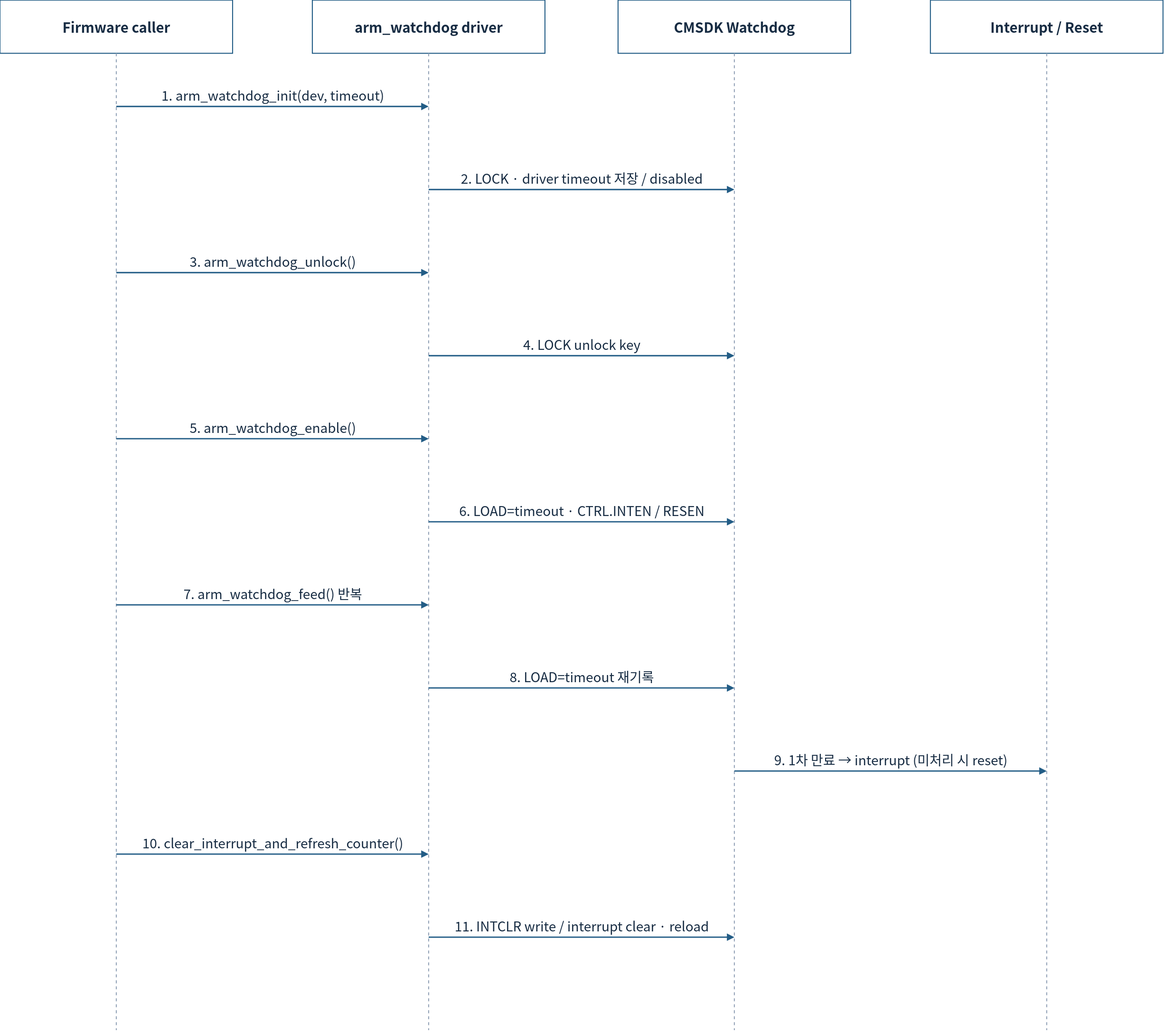
cometzero/project-apollo keeps this draw.io diagram as doc/phase1/watchdog/diagrams/10d-tfm-sequence.drawio.svg. Above is the earlier version. Source tidied: cells renumbered, new cells last; positions are measured from the earlier drawing's top-left corner, leaving out a move shared by most shapes.
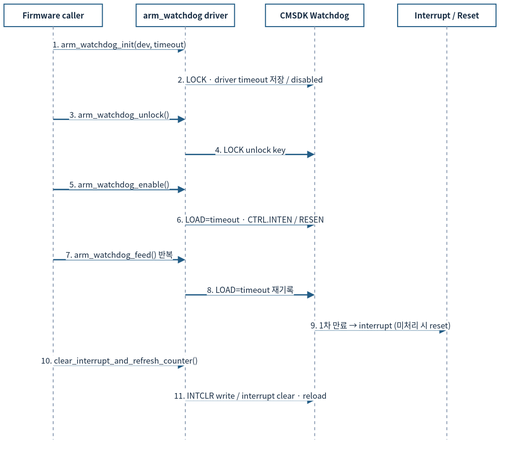
The same file after the commit.

Change to the diagram source:
```diff
@@ -2,117 +2,117 @@
   <root>
     <mxCell id="0" />
     <mxCell id="1" parent="0" />
-    <mxCell id="2" value="Firmware caller" style="rounded=0;whiteSpace=wrap;html=1;fillColor=#FFFFFF;strokeColor=#235D86;strokeWidth=1.5;fontColor=#172C43;fontFamily=Noto Sans CJK KR;fontSize=22;spacing=10;fontStyle=1;fontSize=21;" parent="1" vertex="1">
-      <mxGeometry width="350" height="80" as="geometry" />
+    <mxCell id="2" value="Firmware caller" style="rounded=0;whiteSpace=wrap;html=1;fillColor=#FFFFFF;strokeColor=#235D86;strokeWidth=1.5;fontColor=#172C43;fontFamily=Noto Sans CJK KR;fontStyle=1;fontSize=12;spacing=3;whiteSpace=wrap;" parent="1" vertex="1">
+      <mxGeometry x="-13" y="-128" width="148" height="33.8" as="geometry" />
     </mxCell>
-    <mxCell id="3" style="endArrow=none;dashed=1;strokeColor=#94A3B8;strokeWidth=1.5;" parent="1" edge="1">
+    <mxCell id="3" style="endArrow=none;dashed=1;strokeColor=#94A3B8;strokeWidth=1.5;fontSize=12;spacing=3;whiteSpace=nowrap;" parent="1" edge="1">
       <mxGeometry relative="1" as="geometry">
-        <mxPoint x="175" y="80" as="sourcePoint" />
-        <mxPoint x="175" y="1550" as="targetPoint" />
+        <mxPoint x="61" y="-94.2" as="sourcePoint" />
+        <mxPoint x="61" y="527.4" as="targetPoint" />
       </mxGeometry>
     </mxCell>
-    <mxCell id="4" value="arm_watchdog driver" style="rounded=0;whiteSpace=wrap;html=1;fillColor=#FFFFFF;strokeColor=#235D86;strokeWidth=1.5;fontColor=#172C43;fontFamily=Noto Sans CJK KR;fontSize=22;spacing=10;fontStyle=1;fontSize=21;" parent="1" vertex="1">
-      <mxGeometry x="470" width="350" height="80" as="geometry" />
+    <mxCell id="4" value="arm_watchdog driver" style="rounded=0;whiteSpace=wrap;html=1;fillColor=#FFFFFF;strokeColor=#235D86;strokeWidth=1.5;fontColor=#172C43;fontFamily=Noto Sans CJK KR;fontStyle=1;fontSize=12;spacing=3;whiteSpace=wrap;" parent="1" vertex="1">
+      <mxGeometry x="185.7" y="-128" width="148" height="33.8" as="geometry" />
     </mxCell>
-    <mxCell id="5" style="endArrow=none;dashed=1;strokeColor=#94A3B8;strokeWidth=1.5;" parent="1" edge="1">
+    <mxCell id="5" style="endArrow=none;dashed=1;strokeColor=#94A3B8;strokeWidth=1.5;fontSize=12;spacing=3;whiteSpace=nowrap;" parent="1" edge="1">
       <mxGeometry relative="1" as="geometry">
-        <mxPoint x="645" y="80" as="sourcePoint" />
-        <mxPoint x="645" y="1550" as="targetPoint" />
+        <mxPoint x="259.7" y="-94.2" as="sourcePoint" />
+        <mxPoint x="259.7" y="527.4" as="targetPoint" />
       </mxGeometry>
     </mxCell>
-    <mxCell id="6" value="CMSDK Watchdog" style="rounded=0;whiteSpace=wrap;html=1;fillColor=#FFFFFF;strokeColor=#235D86;strokeWidth=1.5;fontColor=#172C43;fontFamily=Noto Sans CJK KR;fontSize=22;spacing=10;fontStyle=1;fontSize=21;" parent="1" vertex="1">
-      <mxGeometry x="930" width="350" height="80" as="geometry" />
+    <mxCell id="6" value="CMSDK Watchdog" style="rounded=0;whiteSpace=wrap;html=1;fillColor=#FFFFFF;strokeColor=#235D86;strokeWidth=1.5;fontColor=#172C43;fontFamily=Noto Sans CJK KR;fontStyle=1;fontSize=12;spacing=3;whiteSpace=wrap;" parent="1" vertex="1">
+      <mxGeometry x="380.3" y="-128" width="148" height="33.8" as="geometry" />
     </mxCell>
-    <mxCell id="7" style="endArrow=none;dashed=1;strokeColor=#94A3B8;strokeWidth=1.5;" parent="1" edge="1">
+    <mxCell id="7" style="endArrow=none;dashed=1;strokeColor=#94A3B8;strokeWidth=1.5;fontSize=12;spacing=3;whiteSpace=nowrap;" parent="1" edge="1">
       <mxGeometry relative="1" as="geometry">
-        <mxPoint x="1105" y="80" as="sourcePoint" />
-        <mxPoint x="1105" y="1550" as="targetPoint" />
+        <mxPoint x="454.3" y="-94.2" as="sourcePoint" />
+        <mxPoint x="454.3" y="527.4" as="targetPoint" />
       </mxGeometry>
     </mxCell>
-    <mxCell id="8" value="Interrupt / Reset" style="rounded=0;whiteSpace=wrap;html=1;fillColor=#FFFFFF;strokeColor=#235D86;strokeWidth=1.5;fontColor=#172C43;fontFamily=Noto Sans CJK KR;fontSize=22;spacing=10;fontStyle=1;fontSize=21;" parent="1" vertex="1">
-      <mxGeometry x="1400" width="350" height="80" as="geometry" />
+    <mxCell id="8" value="Interrupt / Reset" style="rounded=0;whiteSpace=wrap;html=1;fillColor=#FFFFFF;strokeColor=#235D86;strokeWidth=1.5;fontColor=#172C43;fontFamily=Noto Sans CJK KR;fontStyle=1;fontSize=12;spacing=3;whiteSpace=wrap;" parent="1" vertex="1">
+      <mxGeometry x="579" y="-128" width="148" height="33.8" as="geometry" />
     </mxCell>
-    <mxCell id="9" style="endArrow=none;dashed=1;strokeColor=#94A3B8;strokeWidth=1.5;" parent="1" edge="1">
+    <mxCell id="9" style="endArrow=none;dashed=1;strokeColor=#94A3B8;strokeWidth=1.5;fontSize=12;spacing=3;whiteSpace=nowrap;" parent="1" edge="1">
       <mxGeometry relative="1" as="geometry">
-        <mxPoint x="1575" y="80" as="sourcePoint" />
-        <mxPoint x="1575" y="1550" as="targetPoint" />
+        <mxPoint x="653" y="-94.2" as="sourcePoint" />
+        <mxPoint x="653" y="527.4" as="targetPoint" />
       </mxGeometry>
     </mxCell>
-    <mxCell id="10" value="1. arm_watchdog_init(dev, timeout)" style="edgeStyle=none;html=1;endArrow=block;endFill=1;strokeColor=#235D86;strokeWidth=2;fontColor=#172C43;fontFamily=Noto Sans CJK KR;fontSize=20;labelBackgroundColor=#FFFFFF;" parent="1" edge="1">
+    <mxCell id="10" value="1. arm_watchdog_init(dev, timeout)" style="edgeStyle=none;html=1;endArrow=block;endFill=1;strokeColor=#235D86;strokeWidth=2;fontColor=#172C43;fontFamily=Noto Sans CJK KR;labelBackgroundColor=#FFFFFF;fontSize=12;spacing=3;whiteSpace=nowrap;" parent="1" edge="1">
       <mxGeometry relative="1" as="geometry">
-        <mxPoint x="175" y="160" as="sourcePoint" />
-        <mxPoint x="645" y="160" as="targetPoint" />
-        <mxPoint y="-18" as="offset" />
+        <mxPoint x="61" y="-60.3" as="sourcePoint" />
+        <mxPoint x="259.7" y="-60.3" as="targetPoint" />
+        <mxPoint y="-7.6" as="offset" />
       </mxGeometry>
     </mxCell>
-    <mxCell id="11" value="2. LOCK · driver timeout 저장 / disabled" style="edgeStyle=none;html=1;endArrow=block;endFill=1;strokeColor=#235D86;strokeWidth=2;fontColor=#172C43;fontFamily=Noto Sans CJK KR;fontSize=20;labelBackgroundColor=#FFFFFF;" parent="1" edge="1">
+    <mxCell id="11" value="2. LOCK · driver timeout 저장 / disabled" style="edgeStyle=none;html=1;endArrow=block;endFill=1;strokeColor=#235D86;strokeWidth=2;fontColor=#172C43;fontFamily=Noto Sans CJK KR;labelBackgroundColor=#FFFFFF;fontSize=12;spacing=3;whiteSpace=nowrap;" parent="1" edge="1">
       <mxGeometry relative="1" as="geometry">
-        <mxPoint x="645" y="285" as="sourcePoint" />
-        <mxPoint x="1105" y="285" as="targetPoint" />
-        <mxPoint y="-18" as="offset" />
+        <mxPoint x="259.7" y="-7.5" as="sourcePoint" />
+        <mxPoint x="454.3" y="-7.5" as="targetPoint" />
+        <mxPoint y="-7.6" as="offset" />
       </mxGeometry>
     </mxCell>
-    <mxCell id="12" value="3. arm_watchdog_unlock()" style="edgeStyle=none;html=1;endArrow=block;endFill=1;strokeColor=#235D86;strokeWidth=2;fontColor=#172C43;fontFamily=Noto Sans CJK KR;fontSize=20;labelBackgroundColor=#FFFFFF;" parent="1" edge="1">
+    <mxCell id="12" value="3. arm_watchdog_unlock()" style="edgeStyle=none;html=1;endArrow=block;endFill=1;strokeColor=#235D86;strokeWidth=2;fontColor=#172C43;fontFamily=Noto Sans CJK KR;labelBackgroundColor=#FFFFFF;fontSize=12;spacing=3;whiteSpace=nowrap;" parent="1" edge="1">
       <mxGeometry relative="1" as="geometry">
-        <mxPoint x="175" y="410" as="sourcePoint" />
-        <mxPoint x="645" y="410" as="targetPoint" />
-        <mxPoint y="-18" as="offset" />
+        <mxPoint x="61" y="45.4" as="sourcePoint" />
+        <mxPoint x="259.7" y="45.4" as="targetPoint" />
+        <mxPoint y="-7.6" as="offset" />
       </mxGeometry>
     </mxCell>
-    <mxCell id="13" value="4. LOCK unlock key" style="edgeStyle=none;html=1;endArrow=block;endFill=1;strokeColor=#235D86;strokeWidth=2;fontColor=#172C43;fontFamily=Noto Sans CJK KR;fontSize=20;labelBackgroundColor=#FFFFFF;" parent="1" edge="1">
+    <mxCell id="13" value="4. LOCK unlock key" style="edgeStyle=none;html=1;endArrow=block;endFill=1;strokeColor=#235D86;strokeWidth=2;fontColor=#172C43;fontFamily=Noto Sans CJK KR;labelBackgroundColor=#FFFFFF;fontSize=12;spacing=3;whiteSpace=nowrap;" parent="1" edge="1">
       <mxGeometry relative="1" as="geometry">
-        <mxPoint x="645" y="535" as="sourcePoint" />
-        <mxPoint x="1105" y="535" as="targetPoint" />
-        <mxPoint y="-18" as="offset" />
+        <mxPoint x="259.7" y="98.2" as="sourcePoint" />
+        <mxPoint x="454.3" y="98.2" as="targetPoint" />
+        <mxPoint y="-7.6" as="offset" />
       </mxGeometry>
     </mxCell>
-    <mxCell id="14" value="5. arm_watchdog_enable()" style="edgeStyle=none;html=1;endArrow=block;endFill=1;strokeColor=#235D86;strokeWidth=2;fontColor=#172C43;fontFamily=Noto Sans CJK KR;fontSize=20;labelBackgroundColor=#FFFFFF;" parent="1" edge="1">
+    <mxCell id="14" value="5. arm_watchdog_enable()" style="edgeStyle=none;html=1;endArrow=block;endFill=1;strokeColor=#235D86;strokeWidth=2;fontColor=#172C43;fontFamily=Noto Sans CJK KR;labelBackgroundColor=#FFFFFF;fontSize=12;spacing=3;whiteSpace=nowrap;" parent="1" edge="1">
       <mxGeometry relative="1" as="geometry">
-        <mxPoint x="175" y="660" as="sourcePoint" />
-        <mxPoint x="645" y="660" as="targetPoint" />
-        <mxPoint y="-18" as="offset" />
+        <mxPoint x="61" y="151.1" as="sourcePoint" />
+        <mxPoint x="259.7" y="151.1" as="targetPoint" />
+        <mxPoint y="-7.6" as="offset" />
       </mxGeometry>
     </mxCell>
-    <mxCell id="15" value="6. LOAD=timeout · CTRL.INTEN / RESEN" style="edgeStyle=none;html=1;endArrow=block;endFill=1;strokeColor=#235D86;strokeWidth=2;fontColor=#172C43;fontFamily=Noto Sans CJK KR;fontSize=20;labelBackgroundColor=#FFFFFF;" parent="1" edge="1">
+    <mxCell id="15" value="6. LOAD=timeout · CTRL.INTEN / RESEN" style="edgeStyle=none;html=1;endArrow=block;endFill=1;strokeColor=#235D86;strokeWidth=2;fontColor=#172C43;fontFamily=Noto Sans CJK KR;labelBackgroundColor=#FFFFFF;fontSize=12;spacing=3;whiteSpace=nowrap;" parent="1" edge="1">
       <mxGeometry relative="1" as="geometry">
-        <mxPoint x="645" y="785" as="sourcePoint" />
-        <mxPoint x="1105" y="785" as="targetPoint" />
-        <mxPoint y="-18" as="offset" />
+        <mxPoint x="259.7" y="203.9" as="sourcePoint" />
+        <mxPoint x="454.3" y="203.9" as="targetPoint" />
+        <mxPoint y="-7.6" as="offset" />
       </mxGeometry>
     </mxCell>
-    <mxCell id="16" value="7. arm_watchdog_feed() 반복" style="edgeStyle=none;html=1;endArrow=block;endFill=1;strokeColor=#235D86;strokeWidth=2;fontColor=#172C43;fontFamily=Noto Sans CJK KR;fontSize=20;labelBackgroundColor=#FFFFFF;" parent="1" edge="1">
+    <mxCell id="16" value="7. arm_watchdog_feed() 반복" style="edgeStyle=none;html=1;endArrow=block;endFill=1;strokeColor=#235D86;strokeWidth=2;fontColor=#172C43;fontFamily=Noto Sans CJK KR;labelBackgroundColor=#FFFFFF;fontSize=12;spacing=3;whiteSpace=nowrap;" parent="1" edge="1">
       <mxGeometry relative="1" as="geometry">
-        <mxPoint x="175" y="910" as="sourcePoint" />
-        <mxPoint x="645" y="910" as="targetPoint" />
-        <mxPoint y="-18" as="offset" />
+        <mxPoint x="61" y="256.8" as="sourcePoint" />
+        <mxPoint x="259.7" y="256.8" as="targetPoint" />
+        <mxPoint y="-7.6" as="offset" />
       </mxGeometry>
     </mxCell>
-    <mxCell id="17" value="8. LOAD=timeout 재기록" style="edgeStyle=none;html=1;endArrow=block;endFill=1;strokeColor=#235D86;strokeWidth=2;fontColor=#172C43;fontFamily=Noto Sans CJK KR;fontSize=20;labelBackgroundColor=#FFFFFF;" parent="1" edge="1">
+    <mxCell id="17" value="8. LOAD=timeout 재기록" style="edgeStyle=none;html=1;endArrow=block;endFill=1;strokeColor=#235D86;strokeWidth=2;fontColor=#172C43;fontFamily=Noto Sans CJK KR;labelBackgroundColor=#FFFFFF;fontSize=12;spacing=3;whiteSpace=nowrap;" parent="1" edge="1">
       <mxGeometry relative="1" as="geometry">
-        <mxPoint x="645" y="1035" as="sourcePoint" />
-        <mxPoint x="1105" y="1035" as="targetPoint" />
-        <mxPoint y="-18" as="offset" />
+        <mxPoint x="259.7" y="309.7" as="sourcePoint" />
+        <mxPoint x="454.3" y="309.7" as="targetPoint" />
+        <mxPoint y="-7.6" as="offset" />
       </mxGeometry>
     </mxCell>
-    <mxCell id="18" value="9. 1차 만료 → interrupt (미처리 시 reset)" style="edgeStyle=none;html=1;endArrow=block;endFill=1;strokeColor=#235D86;strokeWidth=2;fontColor=#172C43;fontFamily=Noto Sans CJK KR;fontSize=20;labelBackgroundColor=#FFFFFF;" parent="1" edge="1">
+    <mxCell id="18" value="9. 1차 만료 → interrupt (미처리 시 reset)" style="edgeStyle=none;html=1;endArrow=block;endFill=1;strokeColor=#235D86;strokeWidth=2;fontColor=#172C43;fontFamily=Noto Sans CJK KR;labelBackgroundColor=#FFFFFF;fontSize=12;spacing=3;whiteSpace=nowrap;" parent="1" edge="1">
       <mxGeometry relative="1" as="geometry">
-        <mxPoint x="1105" y="1160" as="sourcePoint" />
-        <mxPoint x="1575" y="1160" as="targetPoint" />
-        <mxPoint y="-18" as="offset" />
+        <mxPoint x="454.3" y="362.5" as="sourcePoint" />
+        <mxPoint x="653" y="362.5" as="targetPoint" />
+        <mxPoint y="-7.6" as="offset" />
       </mxGeometry>
     </mxCell>
-    <mxCell id="19" value="10. clear_interrupt_and_refresh_counter()" style="edgeStyle=none;html=1;endArrow=block;endFill=1;strokeColor=#235D86;strokeWidth=2;fontColor=#172C43;fontFamily=Noto Sans CJK KR;fontSize=20;labelBackgroundColor=#FFFFFF;" parent="1" edge="1">
+    <mxCell id="19" value="10. clear_interrupt_and_refresh_counter()" style="edgeStyle=none;html=1;endArrow=block;endFill=1;strokeColor=#235D86;strokeWidth=2;fontColor=#172C43;fontFamily=Noto Sans CJK KR;labelBackgroundColor=#FFFFFF;fontSize=12;spacing=3;whiteSpace=nowrap;" parent="1" edge="1">
       <mxGeometry relative="1" as="geometry">
-        <mxPoint x="175" y="1285" as="sourcePoint" />
-        <mxPoint x="645" y="1285" as="targetPoint" />
-        <mxPoint y="-18" as="offset" />
+        <mxPoint x="61" y="415.4" as="sourcePoint" />
+        <mxPoint x="259.7" y="415.4" as="targetPoint" />
+        <mxPoint y="-7.6" as="offset" />
       </mxGeometry>
     </mxCell>
-    <mxCell id="20" value="11. INTCLR write / interrupt clear · reload" style="edgeStyle=none;html=1;endArrow=block;endFill=1;strokeColor=#235D86;strokeWidth=2;fontColor=#172C43;fontFamily=Noto Sans CJK KR;fontSize=20;labelBackgroundColor=#FFFFFF;" parent="1" edge="1">
+    <mxCell id="20" value="11. INTCLR write / interrupt clear · reload" style="edgeStyle=none;html=1;endArrow=block;endFill=1;strokeColor=#235D86;strokeWidth=2;fontColor=#172C43;fontFamily=Noto Sans CJK KR;labelBackgroundColor=#FFFFFF;fontSize=12;spacing=3;whiteSpace=nowrap;" parent="1" edge="1">
       <mxGeometry relative="1" as="geometry">
-        <mxPoint x="645" y="1410" as="sourcePoint" />
-        <mxPoint x="1105" y="1410" as="targetPoint" />
-        <mxPoint y="-18" as="offset" />
+        <mxPoint x="259.7" y="468.2" as="sourcePoint" />
+        <mxPoint x="454.3" y="468.2" as="targetPoint" />
+        <mxPoint y="-7.6" as="offset" />
       </mxGeometry>
     </mxCell>
   </root>
```
